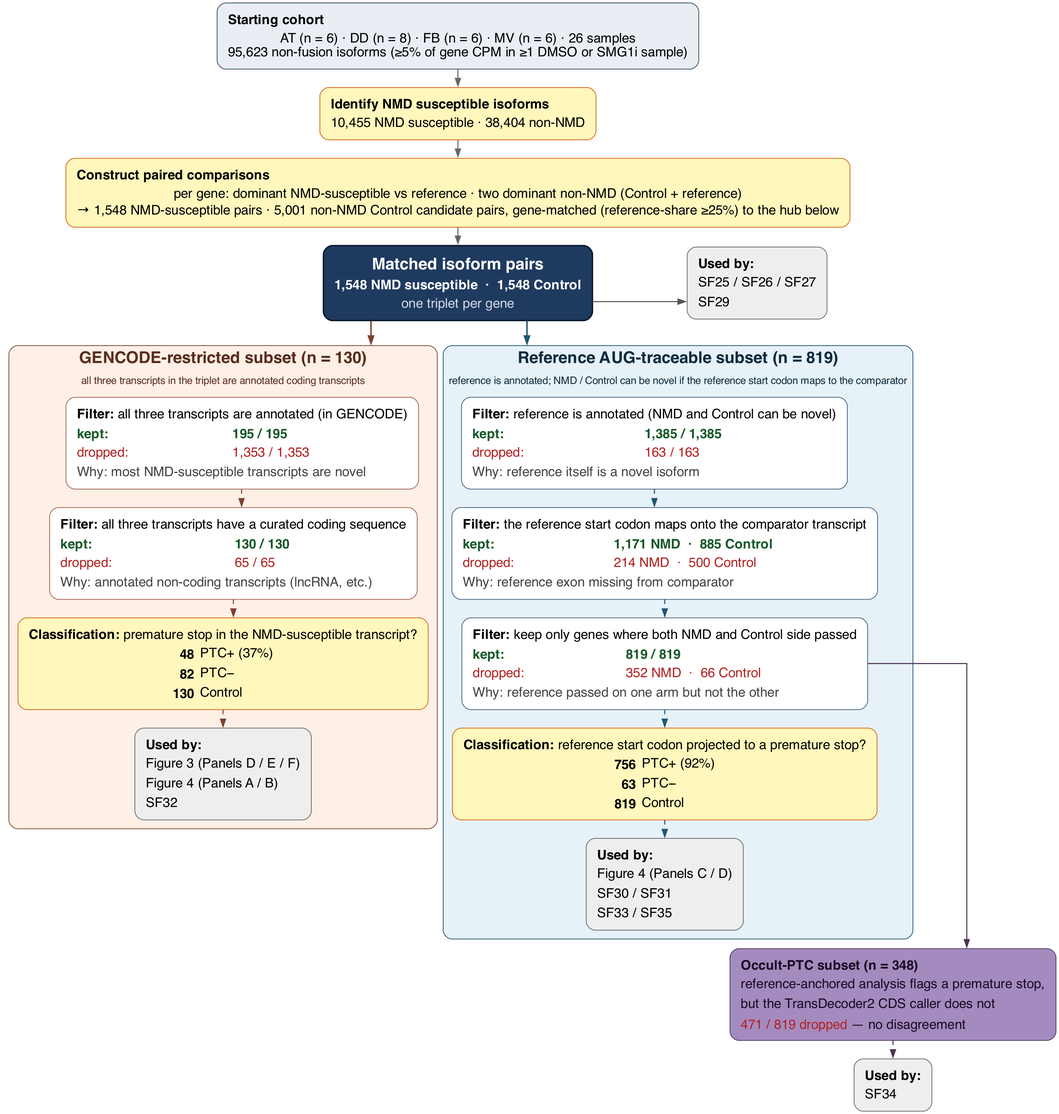
Above: figures/SupplementalFigures/SF28_PairAnalysisFlowchart/figure_s_pair_analysis_flowchart.png in peter4244/nmd_isopair_analysis (Graphviz), before the change. Its source is kept beside it as figures/SupplementalFigures/SF28_PairAnalysisFlowchart/figure_s_pair_analysis_flowchart.dot.
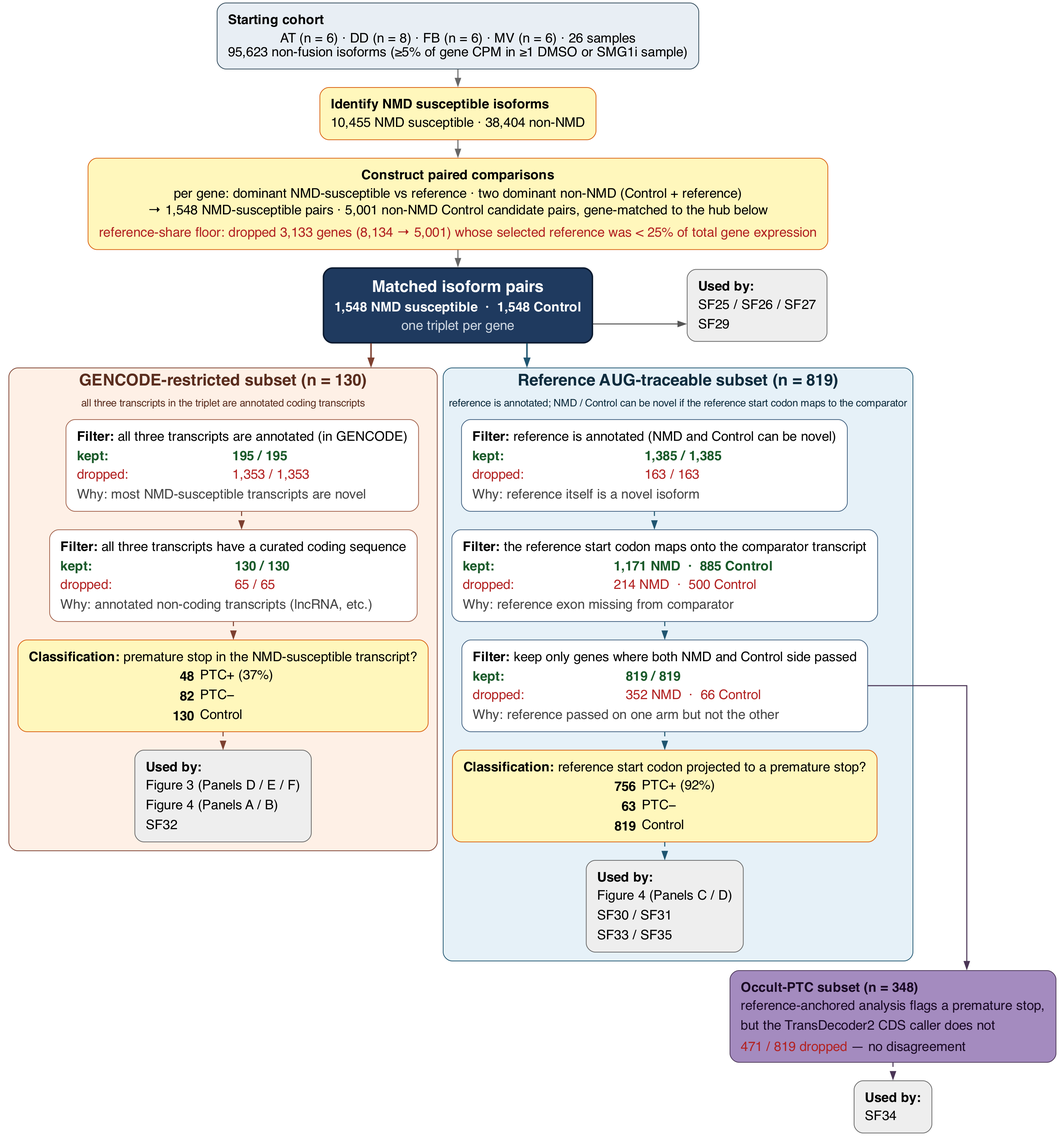
Above is the later version.

What changed in the source:
```diff
@@ -8,7 +8,7 @@
 
   U1 [label=<<TABLE BORDER="0" CELLBORDER="0" CELLSPACING="0" CELLPADDING="4"><TR><TD ALIGN="LEFT"><B>Starting cohort</B></TD></TR><TR><TD ALIGN="LEFT">AT (n = 6) · DD (n = 8) · FB (n = 6) · MV (n = 6) · 26 samples<BR/>95,623 non-fusion isoforms (≥5% of gene CPM in ≥1 DMSO or SMG1i sample)</TD></TR></TABLE>>, fillcolor="#e8eef4", color="#2f4858"]
   U2 [label=<<TABLE BORDER="0" CELLBORDER="0" CELLSPACING="0" CELLPADDING="4"><TR><TD ALIGN="LEFT"><B>Identify NMD susceptible isoforms</B></TD></TR><TR><TD ALIGN="LEFT">10,455 NMD susceptible · 38,404 non-NMD</TD></TR></TABLE>>, fillcolor="#fff7bc", color="#d95f0e"]
-  U3 [label=<<TABLE BORDER="0" CELLBORDER="0" CELLSPACING="0" CELLPADDING="4"><TR><TD ALIGN="LEFT"><B>Construct paired comparisons</B></TD></TR><TR><TD ALIGN="LEFT">per gene: dominant NMD-susceptible vs reference · two dominant non-NMD (Control + reference)<BR/>→ 1,548 NMD-susceptible pairs · 5,001 non-NMD Control candidate pairs, gene-matched (reference-share ≥25%) to the hub below</TD></TR></TABLE>>, fillcolor="#fff7bc", color="#d95f0e"]
+  U3 [label=<<TABLE BORDER="0" CELLBORDER="0" CELLSPACING="0" CELLPADDING="4"><TR><TD ALIGN="CENTER"><B>Construct paired comparisons</B></TD></TR><TR><TD ALIGN="CENTER">per gene: dominant NMD-susceptible vs reference · two dominant non-NMD (Control + reference)<BR/>→ 1,548 NMD-susceptible pairs · 5,001 non-NMD Control candidate pairs, gene-matched to the hub below</TD></TR><TR><TD ALIGN="CENTER"><FONT POINT-SIZE="18" COLOR="#b22222">reference-share floor: dropped 3,133 genes (8,134 → 5,001) whose selected reference was &lt; 25% of total gene expression</FONT></TD></TR></TABLE>>, fillcolor="#fff7bc", color="#d95f0e"]
 
   U1 -> U2 -> U3
 
```
